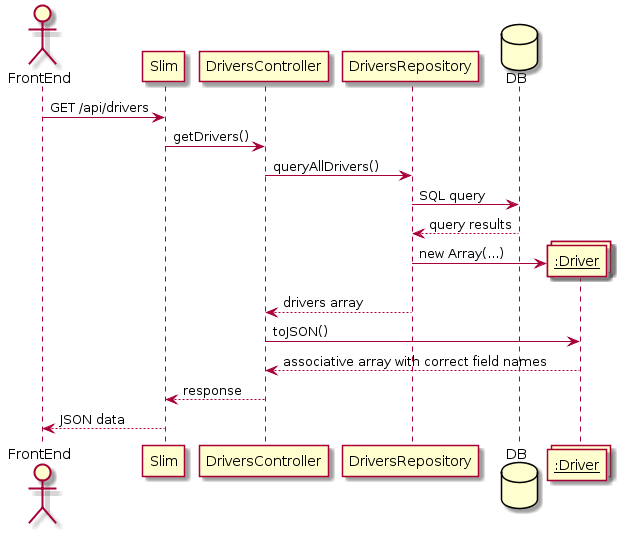
Before: docs/BackEnd/SequenceDiagram/GetDrivers.png, a diagram exported from PlantUML (malvinkooo/taxiSystem). Source of this version:
```plantuml
@startuml
actor FrontEnd
participant Slim
participant DriversController
FrontEnd -> Slim : GET /api/drivers
Slim -> DriversController: getDrivers()
DriversController -> DriversRepository : queryAllDrivers()
database DB
DriversRepository -> DB : SQL query
DB --> DriversRepository: query results
collections "__:Driver__" as Drivers
create Drivers
DriversRepository -> Drivers : new Array(...)
DriversRepository --> DriversController : drivers array
DriversController -> Drivers : toJSON()
Drivers --> DriversController : associative array with correct field names
DriversController --> Slim : response
Slim --> FrontEnd: JSON data
@enduml
```
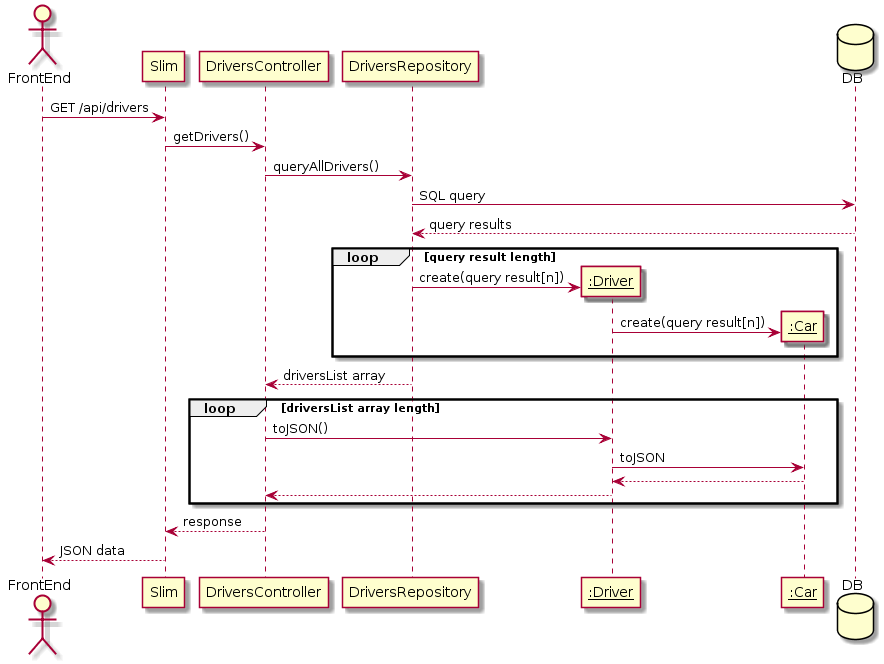
After the change.

The edit, as a diff of the source:
```diff
@@ -2,18 +2,33 @@
 actor FrontEnd
 participant Slim
 participant DriversController
+participant DriversRepository
+participant "__:Driver__" as Driver
+participant "__:Car__" as Car
+database DB
+
 FrontEnd -> Slim : GET /api/drivers
 Slim -> DriversController: getDrivers()
 DriversController -> DriversRepository : queryAllDrivers()
-database DB
 DriversRepository -> DB : SQL query
 DB --> DriversRepository: query results
-collections "__:Driver__" as Drivers
-create Drivers
-DriversRepository -> Drivers : new Array(...)
-DriversRepository --> DriversController : drivers array
-DriversController -> Drivers : toJSON()
-Drivers --> DriversController : associative array with correct field names
+
+loop query result length
+create Driver
+DriversRepository -> Driver : create(query result[n])
+create Car
+Driver -> Car : create(query result[n])
+end
+
+DriversRepository --> DriversController : driversList array
+
+loop driversList array length
+DriversController -> Driver : toJSON()
+Driver -> Car : toJSON
+Car --> Driver
+Driver --> DriversController
+end
+
 DriversController --> Slim : response
 Slim --> FrontEnd: JSON data
 @enduml
```
